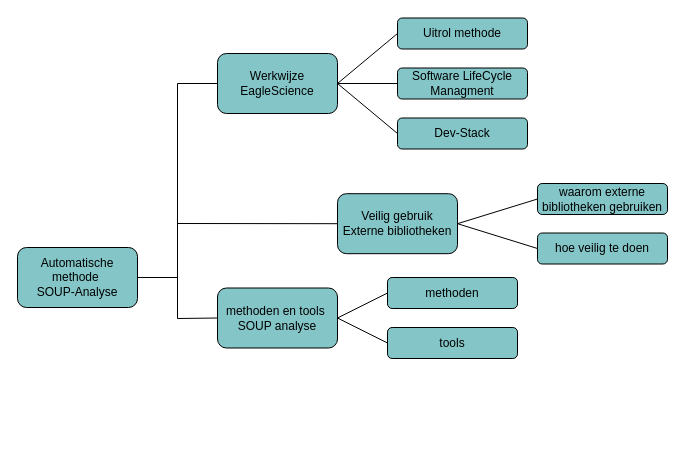
The draw.io diagram page "Conceptueel Model" (4 of 16) of gfx/verslag graphix.drawio in codefink2020/afstudeerverslag, before the edit. Source tidied: cells renumbered, new cells numbered last; positions are measured from the earlier drawing's top-left corner, leaving out a move shared by most shapes. Both pictures are drawn from the tidied source at 100%, with x=0, y=0 at pixel (17, 17).
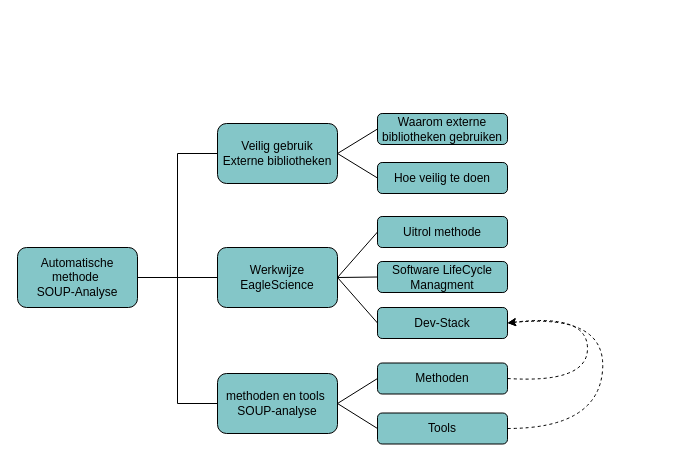
After the change.

Commit message (it also covers changes not shown here):
Conceptueel Model.png aangepast met relaties

The change refers to these unchanged cells:
```xml
<mxCell id="2" value="Automatische methode&amp;nbsp;&lt;br&gt;SOUP-Analyse" style="rounded=1;whiteSpace=wrap;html=1;fillColor=#84C6C8;" parent="1" vertex="1">
  <mxGeometry y="230" width="120" height="60" as="geometry" />
</mxCell>
```

Diff of the diagram source:
```diff
@@
     <mxCell id="3" value="Werkwijze&lt;br&gt;EagleScience" style="rounded=1;whiteSpace=wrap;html=1;fillColor=#84C6C8;" parent="1" vertex="1">
-      <mxGeometry x="200" y="36" width="120" height="60" as="geometry" />
+      <mxGeometry x="200" y="230" width="120" height="60" as="geometry" />
     </mxCell>
     <mxCell id="4" value="Veilig gebruik&lt;br&gt;Externe bibliotheken" style="rounded=1;whiteSpace=wrap;html=1;fillColor=#84C6C8;" parent="1" vertex="1">
-      <mxGeometry x="320" y="176.2" width="120" height="60" as="geometry" />
+      <mxGeometry x="200" y="106" width="120" height="60" as="geometry" />
     </mxCell>
-    <mxCell id="5" value="methoden en tools&amp;nbsp;&lt;br&gt;SOUP analyse" style="rounded=1;whiteSpace=wrap;html=1;fillColor=#84C6C8;" parent="1" vertex="1">
-      <mxGeometry x="200" y="270.5" width="120" height="60" as="geometry" />
+    <mxCell id="5" value="methoden en tools&amp;nbsp;&lt;br&gt;SOUP-analyse" style="rounded=1;whiteSpace=wrap;html=1;fillColor=#84C6C8;" parent="1" vertex="1">
+      <mxGeometry x="200" y="356" width="120" height="60" as="geometry" />
     </mxCell>
     <mxCell id="6" style="endArrow=none;html=1;rounded=0;exitX=1;exitY=0.5;exitDx=0;exitDy=0;entryX=0;entryY=0.5;entryDx=0;entryDy=0;" parent="1" edge="1" source="2" target="3">
       <mxGeometry relative="1" as="geometry">
         <Array as="points">
           <mxPoint x="160" y="260" />
-          <mxPoint x="160" y="66" />
         </Array>
       </mxGeometry>
     </mxCell>
     <mxCell id="7" style="endArrow=none;html=1;rounded=0;exitX=1;exitY=0.5;exitDx=0;exitDy=0;entryX=0;entryY=0.5;entryDx=0;entryDy=0;" parent="1" edge="1" source="2" target="4">
       <mxGeometry relative="1" as="geometry">
         <Array as="points">
           <mxPoint x="160" y="260" />
-          <mxPoint x="160" y="206" />
+          <mxPoint x="160" y="136" />
         </Array>
       </mxGeometry>
     </mxCell>
     <mxCell id="8" style="endArrow=none;html=1;rounded=0;exitX=1;exitY=0.5;exitDx=0;exitDy=0;entryX=0;entryY=0.5;entryDx=0;entryDy=0;" parent="1" edge="1" source="2" target="5">
       <mxGeometry relative="1" as="geometry">
         <Array as="points">
           <mxPoint x="160" y="260" />
-          <mxPoint x="160" y="301" />
+          <mxPoint x="160" y="386" />
         </Array>
       </mxGeometry>
     </mxCell>
-    <mxCell id="9" value="methoden" style="rounded=1;whiteSpace=wrap;html=1;fillColor=#84C6C8;" parent="1" vertex="1">
-      <mxGeometry x="370" y="260" width="130" height="31" as="geometry" />
+    <mxCell id="9" value="Methoden" style="rounded=1;whiteSpace=wrap;html=1;fillColor=#84C6C8;" parent="1" vertex="1">
+      <mxGeometry x="360" y="345.5" width="130" height="31" as="geometry" />
     </mxCell>
-    <mxCell id="10" value="tools" style="rounded=1;whiteSpace=wrap;html=1;fillColor=#84C6C8;" parent="1" vertex="1">
-      <mxGeometry x="370" y="310" width="130" height="31" as="geometry" />
+    <mxCell id="10" value="Tools" style="rounded=1;whiteSpace=wrap;html=1;fillColor=#84C6C8;" parent="1" vertex="1">
+      <mxGeometry x="360" y="395.5" width="130" height="31" as="geometry" />
     </mxCell>
     <mxCell id="11" value="Dev-Stack" style="rounded=1;whiteSpace=wrap;html=1;fillColor=#84C6C8;" parent="1" vertex="1">
-      <mxGeometry x="380" y="100.5" width="130" height="31" as="geometry" />
+      <mxGeometry x="360" y="290" width="130" height="31" as="geometry" />
     </mxCell>
@@
     <mxCell id="14" value="Uitrol methode" style="rounded=1;whiteSpace=wrap;html=1;fillColor=#84C6C8;" parent="1" vertex="1">
-      <mxGeometry x="380" y="0.5" width="130" height="31" as="geometry" />
+      <mxGeometry x="360" y="199" width="130" height="31" as="geometry" />
     </mxCell>
     <mxCell id="15" value="Software LifeCycle&lt;br&gt;Managment" style="rounded=1;whiteSpace=wrap;html=1;fillColor=#84C6C8;" parent="1" vertex="1">
-      <mxGeometry x="380" y="50.5" width="130" height="31" as="geometry" />
+      <mxGeometry x="360" y="244" width="130" height="31" as="geometry" />
     </mxCell>
@@
-    <mxCell id="19" value="waarom externe bibliotheken gebruiken" style="rounded=1;whiteSpace=wrap;html=1;fillColor=#84C6C8;" parent="1" vertex="1">
-      <mxGeometry x="520" y="166" width="130" height="31" as="geometry" />
+    <mxCell id="19" value="Waarom externe bibliotheken gebruiken" style="rounded=1;whiteSpace=wrap;html=1;fillColor=#84C6C8;" parent="1" vertex="1">
+      <mxGeometry x="360" y="96" width="130" height="31" as="geometry" />
     </mxCell>
-    <mxCell id="20" value="hoe veilig te doen" style="rounded=1;whiteSpace=wrap;html=1;fillColor=#84C6C8;" parent="1" vertex="1">
-      <mxGeometry x="520" y="215.5" width="130" height="31" as="geometry" />
+    <mxCell id="20" value="Hoe veilig te doen" style="rounded=1;whiteSpace=wrap;html=1;fillColor=#84C6C8;" parent="1" vertex="1">
+      <mxGeometry x="360" y="145" width="130" height="31" as="geometry" />
     </mxCell>
@@
+    <mxCell id="23" style="curved=1;endArrow=classic;html=1;rounded=0;exitX=1;exitY=0.5;exitDx=0;exitDy=0;entryX=1;entryY=0.5;entryDx=0;entryDy=0;dashed=1;" parent="1" edge="1" source="10" target="11">
+      <mxGeometry relative="1" as="geometry">
+        <Array as="points">
+          <mxPoint x="580" y="411" />
+          <mxPoint x="590" y="296" />
+        </Array>
+      </mxGeometry>
+    </mxCell>
+    <mxCell id="24" style="curved=1;endArrow=classic;html=1;rounded=0;exitX=1;exitY=0.5;exitDx=0;exitDy=0;entryX=1;entryY=0.5;entryDx=0;entryDy=0;dashed=1;" parent="1" edge="1" source="9" target="11">
+      <mxGeometry relative="1" as="geometry">
+        <Array as="points">
+          <mxPoint x="570" y="366" />
+          <mxPoint x="570" y="296" />
+        </Array>
+      </mxGeometry>
+    </mxCell>
```
